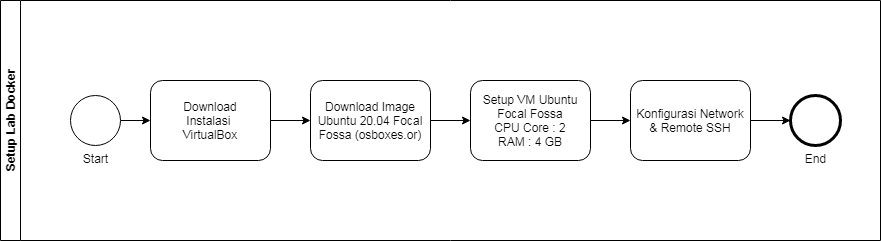
Above: 001-Setup_Lab/01-Ubuntu_20.04_Focal-Fossa/images/SetupLabDocker-VirtualBox.png in iddevopsjourney/docker (draw.io), before the change. Source tidied: cells renumbered, new cells last; positions are measured from the earlier drawing's top-left corner, leaving out a move shared by most shapes.
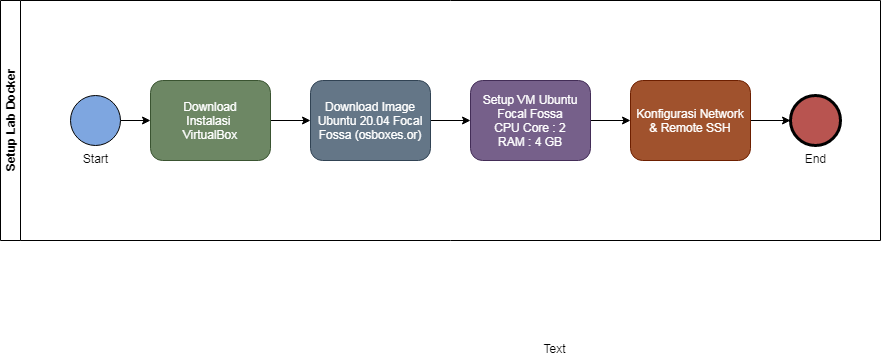
After the commit.

Change to the diagram source:
```diff
@@ -8,35 +8,38 @@
     <mxCell id="3" style="edgeStyle=orthogonalEdgeStyle;rounded=0;jettySize=auto;html=1;" parent="2" edge="1" source="4" target="6">
       <mxGeometry relative="1" as="geometry" />
     </mxCell>
-    <mxCell id="4" value="Start" style="shape=mxgraph.bpmn.shape;html=1;verticalLabelPosition=bottom;labelBackgroundColor=#ffffff;verticalAlign=top;align=center;perimeter=ellipsePerimeter;outlineConnect=0;outline=standard;symbol=general;" parent="2" vertex="1">
+    <mxCell id="4" value="Start" style="shape=mxgraph.bpmn.shape;html=1;verticalLabelPosition=bottom;labelBackgroundColor=#ffffff;verticalAlign=top;align=center;perimeter=ellipsePerimeter;outlineConnect=0;outline=standard;symbol=general;fillColor=#7EA6E0;" parent="2" vertex="1">
       <mxGeometry x="70" y="95" width="50" height="50" as="geometry" />
     </mxCell>
     <mxCell id="5" style="edgeStyle=orthogonalEdgeStyle;rounded=0;jettySize=auto;html=1;exitX=1;exitY=0.5;exitDx=0;exitDy=0;entryX=0;entryY=0.5;entryDx=0;entryDy=0;" parent="2" edge="1" source="6" target="8">
       <mxGeometry relative="1" as="geometry" />
     </mxCell>
-    <mxCell id="6" value="Download&lt;br&gt;Instalasi &lt;br&gt;VirtualBox" style="shape=ext;rounded=1;html=1;whiteSpace=wrap;" parent="2" vertex="1">
+    <mxCell id="6" value="Download&lt;br&gt;Instalasi &lt;br&gt;VirtualBox" style="shape=ext;rounded=1;html=1;whiteSpace=wrap;fillColor=#6d8764;strokeColor=#3A5431;fontColor=#ffffff;" parent="2" vertex="1">
       <mxGeometry x="150" y="80" width="120" height="80" as="geometry" />
     </mxCell>
     <mxCell id="7" style="edgeStyle=orthogonalEdgeStyle;rounded=0;jettySize=auto;html=1;exitX=1;exitY=0.5;exitDx=0;exitDy=0;entryX=0;entryY=0.5;entryDx=0;entryDy=0;" parent="2" edge="1" source="8" target="10">
       <mxGeometry relative="1" as="geometry" />
     </mxCell>
-    <mxCell id="8" value="Download Image Ubuntu 20.04 Focal Fossa (osboxes.or)" style="shape=ext;rounded=1;html=1;whiteSpace=wrap;" parent="2" vertex="1">
+    <mxCell id="8" value="Download Image Ubuntu 20.04 Focal Fossa (osboxes.or)" style="shape=ext;rounded=1;html=1;whiteSpace=wrap;fillColor=#647687;strokeColor=#314354;fontColor=#ffffff;" parent="2" vertex="1">
       <mxGeometry x="310" y="80" width="120" height="80" as="geometry" />
     </mxCell>
     <mxCell id="9" style="edgeStyle=orthogonalEdgeStyle;rounded=0;jettySize=auto;html=1;exitX=1;exitY=0.5;exitDx=0;exitDy=0;entryX=0;entryY=0.5;entryDx=0;entryDy=0;" parent="2" edge="1" source="10" target="12">
       <mxGeometry relative="1" as="geometry" />
     </mxCell>
-    <mxCell id="10" value="Setup VM Ubuntu Focal Fossa&lt;br&gt;CPU Core : 2&lt;br&gt;RAM : 4 GB" style="shape=ext;rounded=1;html=1;whiteSpace=wrap;" parent="2" vertex="1">
+    <mxCell id="10" value="Setup VM Ubuntu Focal Fossa&lt;br&gt;CPU Core : 2&lt;br&gt;RAM : 4 GB" style="shape=ext;rounded=1;html=1;whiteSpace=wrap;fillColor=#76608a;strokeColor=#432D57;fontColor=#ffffff;" parent="2" vertex="1">
       <mxGeometry x="470" y="80" width="120" height="80" as="geometry" />
     </mxCell>
     <mxCell id="11" style="edgeStyle=orthogonalEdgeStyle;rounded=0;jettySize=auto;html=1;exitX=1;exitY=0.5;exitDx=0;exitDy=0;entryX=0;entryY=0.5;entryDx=0;entryDy=0;" parent="2" edge="1" source="12" target="13">
       <mxGeometry relative="1" as="geometry" />
     </mxCell>
-    <mxCell id="12" value="Konfigurasi Network &amp;amp; Remote SSH" style="shape=ext;rounded=1;html=1;whiteSpace=wrap;" parent="2" vertex="1">
+    <mxCell id="12" value="Konfigurasi Network &amp;amp; Remote SSH" style="shape=ext;rounded=1;html=1;whiteSpace=wrap;fillColor=#a0522d;fontColor=#ffffff;strokeColor=#6D1F00;" parent="2" vertex="1">
       <mxGeometry x="630" y="80" width="120" height="80" as="geometry" />
     </mxCell>
-    <mxCell id="13" value="End" style="shape=mxgraph.bpmn.shape;html=1;verticalLabelPosition=bottom;labelBackgroundColor=#ffffff;verticalAlign=top;align=center;perimeter=ellipsePerimeter;outlineConnect=0;outline=end;symbol=general;" parent="2" vertex="1">
+    <mxCell id="13" value="End" style="shape=mxgraph.bpmn.shape;html=1;verticalLabelPosition=bottom;labelBackgroundColor=#ffffff;verticalAlign=top;align=center;perimeter=ellipsePerimeter;outlineConnect=0;outline=end;symbol=general;fillColor=#B85450;strokeColor=#000000;" parent="2" vertex="1">
       <mxGeometry x="790" y="95" width="50" height="50" as="geometry" />
     </mxCell>
+    <mxCell id="14" value="Text" style="text;html=1;align=center;verticalAlign=middle;" parent="1" vertex="1">
+      <mxGeometry x="534" y="338" width="40" height="20" as="geometry" />
+    </mxCell>
   </root>
 </mxGraphModel>
```
